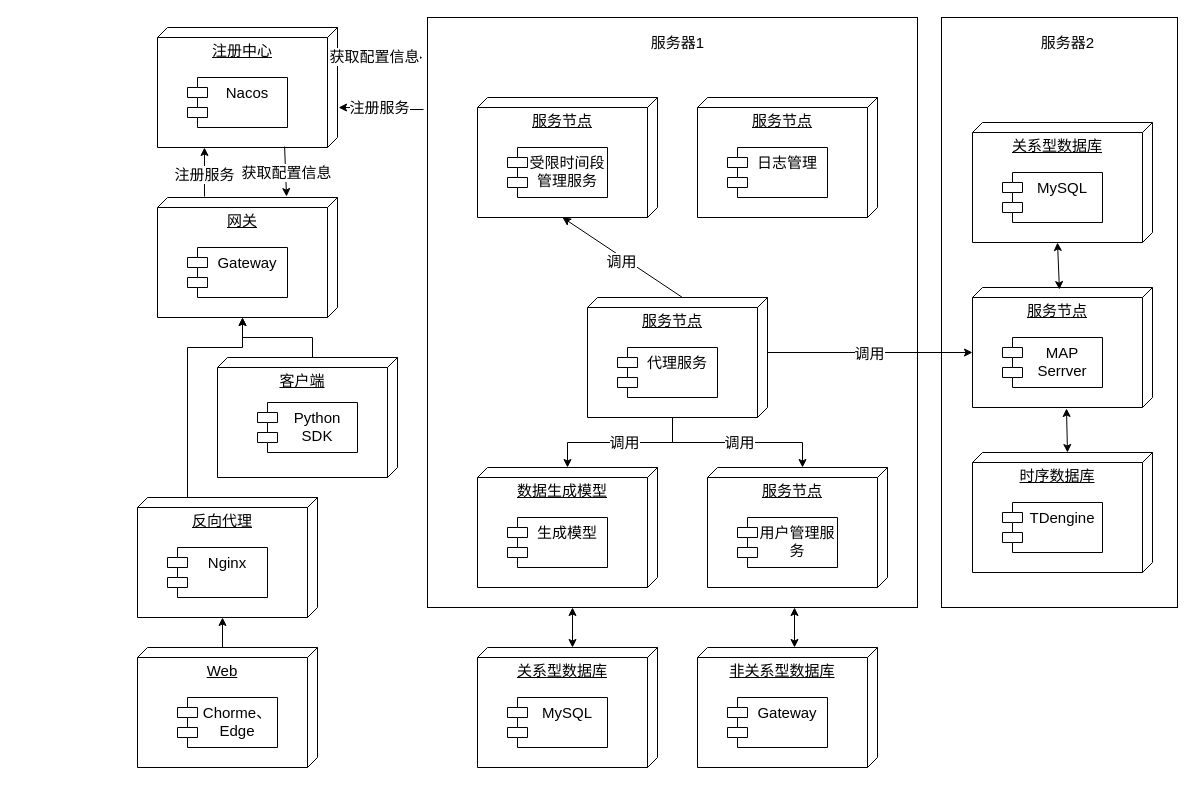
This is 系统部署图.drawio from Diend-7/-, a draw.io file, before an edit. Source tidied: cells renumbered, new cells numbered last; positions are measured from the earlier drawing's top-left corner, leaving out a move shared by most shapes. Both pictures are drawn from the tidied source at 100%, with x=0, y=0 at pixel (137, 17).
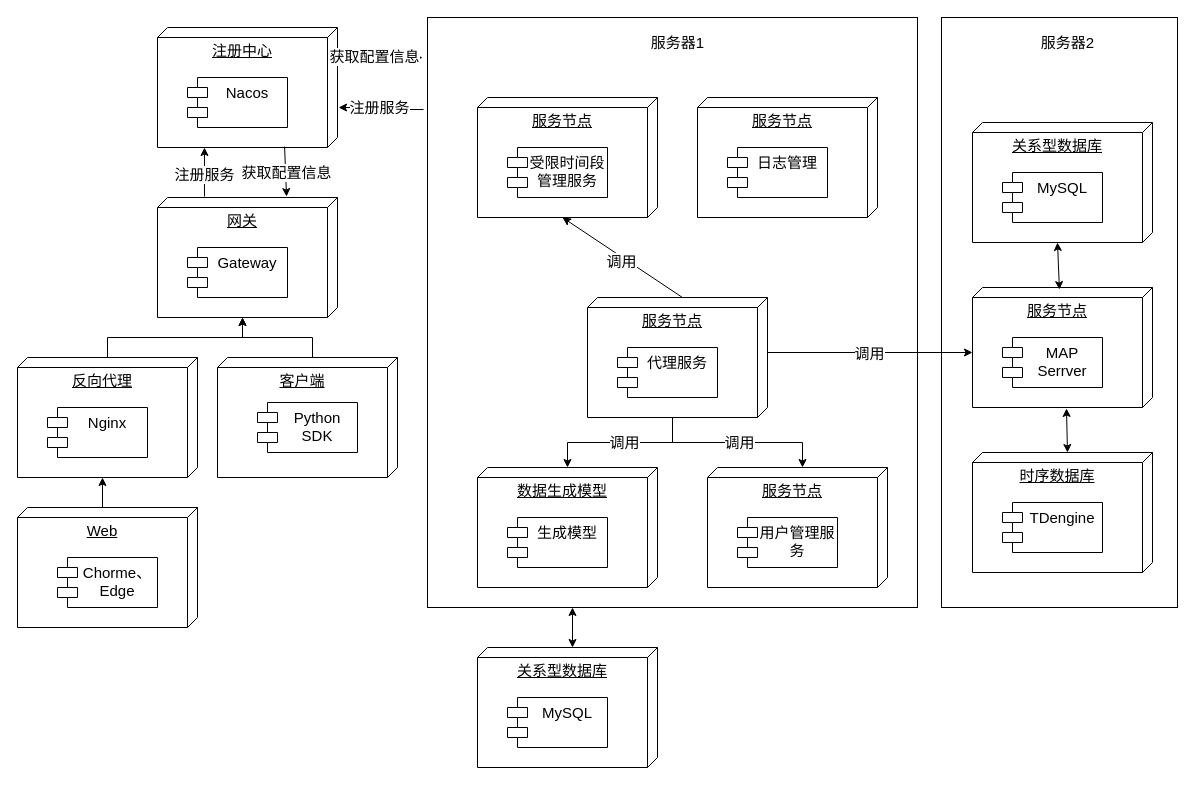
After the change.

Commit message:
更新系统部署图.drawio

The change refers to these unchanged cells:
```xml
<mxCell id="11" value="网关" style="verticalAlign=top;align=center;spacingTop=8;spacingLeft=2;spacingRight=12;shape=cube;size=10;direction=south;fontStyle=4;html=1;whiteSpace=wrap;fontSize=15;" parent="1" vertex="1">
  <mxGeometry x="20" y="180" width="180" height="120" as="geometry" />
</mxCell>
```

Diff of the diagram source:
```diff
@@
     <mxCell id="4" value="Web" style="verticalAlign=top;align=center;spacingTop=8;spacingLeft=2;spacingRight=12;shape=cube;size=10;direction=south;fontStyle=4;html=1;whiteSpace=wrap;fontSize=15;" parent="1" vertex="1">
-      <mxGeometry y="630" width="180" height="120" as="geometry" />
+      <mxGeometry x="-120" y="490" width="180" height="120" as="geometry" />
     </mxCell>
     <mxCell id="5" value="Chorme、Edge" style="shape=module;align=left;spacingLeft=20;align=center;verticalAlign=top;whiteSpace=wrap;html=1;fontSize=15;" parent="1" vertex="1">
-      <mxGeometry x="40" y="680" width="100" height="50" as="geometry" />
+      <mxGeometry x="-80" y="540" width="100" height="50" as="geometry" />
     </mxCell>
-    <mxCell id="6" style="edgeStyle=orthogonalEdgeStyle;rounded=0;jettySize=auto;html=1;exitX=0;exitY=0;exitDx=0;exitDy=85;exitPerimeter=0;entryX=0;entryY=0;entryDx=120;entryDy=95;entryPerimeter=0;" parent="1" edge="1" source="7" target="11">
-      <mxGeometry relative="1" as="geometry">
-        <Array as="points">
-          <mxPoint x="50" y="480" />
-          <mxPoint x="50" y="330" />
-          <mxPoint x="105" y="330" />
-        </Array>
-      </mxGeometry>
-    </mxCell>
     <mxCell id="7" value="反向代理" style="verticalAlign=top;align=center;spacingTop=8;spacingLeft=2;spacingRight=12;shape=cube;size=10;direction=south;fontStyle=4;html=1;whiteSpace=wrap;fontSize=15;" parent="1" vertex="1">
-      <mxGeometry y="480" width="180" height="120" as="geometry" />
+      <mxGeometry x="-120" y="340" width="180" height="120" as="geometry" />
     </mxCell>
     <mxCell id="8" value="Nginx" style="shape=module;align=left;spacingLeft=20;align=center;verticalAlign=top;whiteSpace=wrap;html=1;fontSize=15;" parent="1" vertex="1">
-      <mxGeometry x="30" y="530" width="100" height="50" as="geometry" />
+      <mxGeometry x="-90" y="390" width="100" height="50" as="geometry" />
     </mxCell>
@@
-    <mxCell id="17" value="非关系型数据库" style="verticalAlign=top;align=center;spacingTop=8;spacingLeft=2;spacingRight=12;shape=cube;size=10;direction=south;fontStyle=4;html=1;whiteSpace=wrap;fontSize=15;" parent="1" vertex="1">
-      <mxGeometry x="560" y="630" width="180" height="120" as="geometry" />
-    </mxCell>
-    <mxCell id="18" value="Gateway" style="shape=module;align=left;spacingLeft=20;align=center;verticalAlign=top;whiteSpace=wrap;html=1;fontSize=15;" parent="1" vertex="1">
-      <mxGeometry x="590" y="680" width="100" height="50" as="geometry" />
-    </mxCell>
@@
-    <mxCell id="53" style="endArrow=classic;startArrow=classic;html=1;rounded=0;exitX=0;exitY=0;exitDx=0;exitDy=85;exitPerimeter=0;fontSize=15;" parent="1" edge="1">
-      <mxGeometry relative="1" as="geometry">
-        <mxPoint x="657" y="630" as="sourcePoint" />
-        <mxPoint x="657" y="590" as="targetPoint" />
-      </mxGeometry>
-    </mxCell>
@@
+    <mxCell id="6" style="edgeStyle=orthogonalEdgeStyle;rounded=0;jettySize=auto;html=1;entryX=0;entryY=0;entryDx=119.99999999999999;entryDy=95;entryPerimeter=0;" parent="1" edge="1" source="7" target="11">
+      <mxGeometry relative="1" as="geometry" />
+    </mxCell>
```
